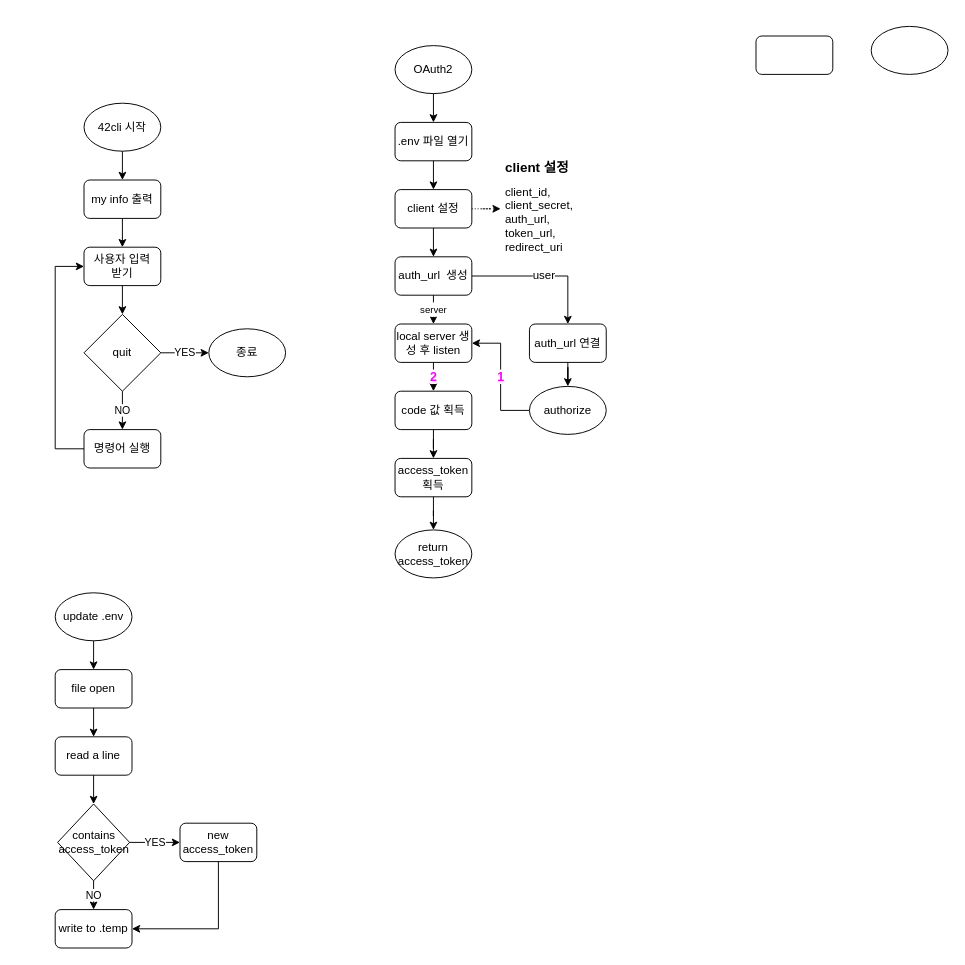
Earlier version of the draw.io diagram page "main" (1 of 3) of Untitled Diagram.drawio (42joonpark/icp). Source tidied: cells renumbered, new cells numbered last; positions are measured from the earlier drawing's top-left corner, leaving out a move shared by most shapes. Both pictures are drawn from the tidied source at 96%, with x=0, y=0 at pixel (55, 26).
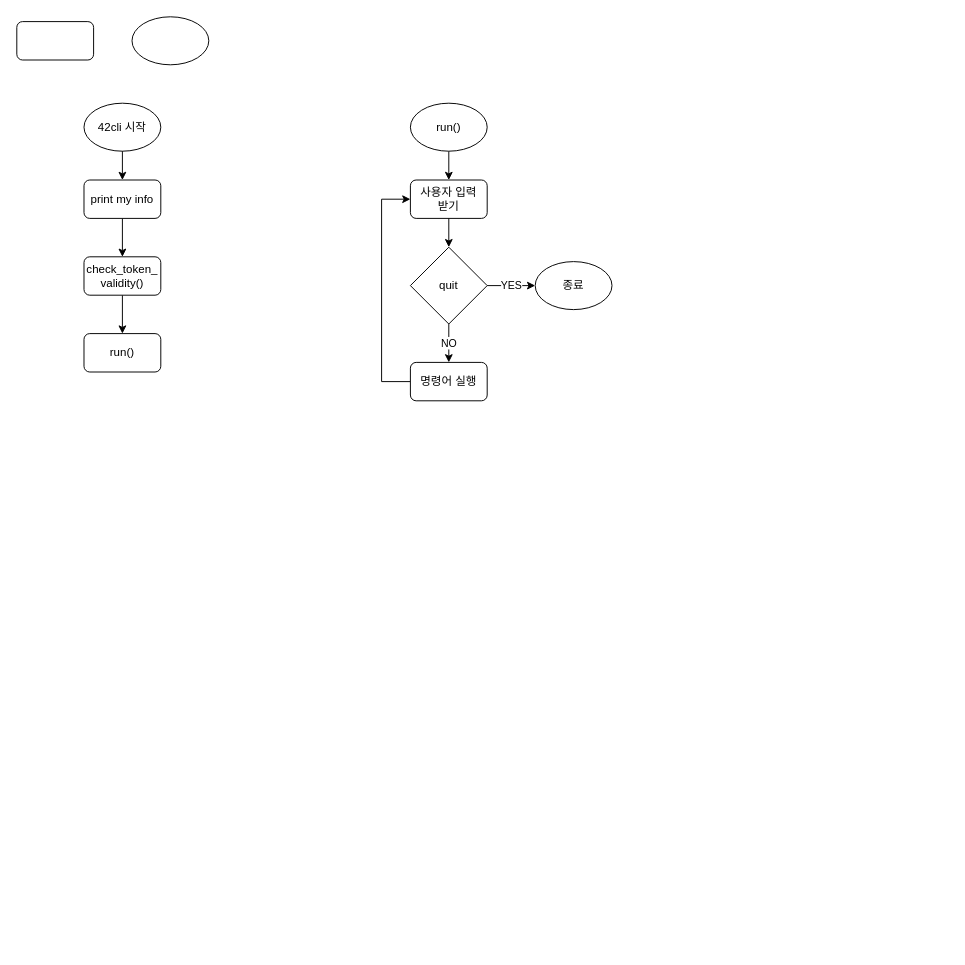
After the change.

Change to the diagram source:
```diff
@@
     <mxCell id="2" style="rounded=1;whiteSpace=wrap;html=1;" parent="1" vertex="1">
-      <mxGeometry x="730" y="10" width="80" height="40" as="geometry" />
+      <mxGeometry x="-40" y="-5" width="80" height="40" as="geometry" />
     </mxCell>
     <mxCell id="3" style="ellipse;whiteSpace=wrap;html=1;" parent="1" vertex="1">
-      <mxGeometry x="850" width="80" height="50" as="geometry" />
+      <mxGeometry x="80" y="-10" width="80" height="50" as="geometry" />
     </mxCell>
-    <mxCell id="4" style="group;" parent="1" vertex="1">
-      <mxGeometry y="80" width="240" height="380" as="geometry" />
-    </mxCell>
-    <mxCell id="5" value="42cli 시작" style="ellipse;whiteSpace=wrap;html=1;" parent="4" vertex="1">
-      <mxGeometry x="30" width="80" height="50" as="geometry" />
+    <mxCell id="5" value="42cli 시작" style="ellipse;whiteSpace=wrap;html=1;" parent="1" vertex="1">
+      <mxGeometry x="30" y="80" width="80" height="50" as="geometry" />
     </mxCell>
+    <mxCell id="53" style="edgeStyle=orthogonalEdgeStyle;rounded=0;jettySize=auto;html=1;exitX=0.5;exitY=1;exitDx=0;exitDy=0;fontSize=20;" parent="1" edge="1" source="6" target="56">
+      <mxGeometry relative="1" as="geometry" />
+    </mxCell>
-    <mxCell id="6" value="my info 출력" style="rounded=1;whiteSpace=wrap;html=1;" parent="4" vertex="1">
-      <mxGeometry x="30" y="80" width="80" height="40" as="geometry" />
+    <mxCell id="6" value="print my info" style="rounded=1;whiteSpace=wrap;html=1;" parent="1" vertex="1">
+      <mxGeometry x="30" y="160" width="80" height="40" as="geometry" />
     </mxCell>
-    <mxCell id="7" style="edgeStyle=orthogonalEdgeStyle;rounded=0;jettySize=auto;html=1;exitX=0.5;exitY=1;exitDx=0;exitDy=0;entryX=0.5;entryY=0;entryDx=0;entryDy=0;" parent="4" edge="1" source="5" target="6">
+    <mxCell id="7" style="edgeStyle=orthogonalEdgeStyle;rounded=0;jettySize=auto;html=1;exitX=0.5;exitY=1;exitDx=0;exitDy=0;entryX=0.5;entryY=0;entryDx=0;entryDy=0;" parent="1" edge="1" source="5" target="6">
       <mxGeometry relative="1" as="geometry" />
     </mxCell>
-    <mxCell id="8" value="사용자 입력 &lt;br&gt;받기" style="rounded=1;whiteSpace=wrap;html=1;" parent="4" vertex="1">
-      <mxGeometry x="30" y="150" width="80" height="40" as="geometry" />
+    <mxCell id="8" value="사용자 입력 &lt;br&gt;받기" style="rounded=1;whiteSpace=wrap;html=1;" parent="1" vertex="1">
+      <mxGeometry x="370" y="160" width="80" height="40" as="geometry" />
     </mxCell>
-    <mxCell id="9" style="edgeStyle=orthogonalEdgeStyle;rounded=0;jettySize=auto;html=1;exitX=0.5;exitY=1;exitDx=0;exitDy=0;entryX=0.5;entryY=0;entryDx=0;entryDy=0;" parent="4" edge="1" source="6" target="8">
-      <mxGeometry relative="1" as="geometry" />
-    </mxCell>
-    <mxCell id="10" value="quit" style="rhombus;whiteSpace=wrap;html=1;" parent="4" vertex="1">
-      <mxGeometry x="30" y="220" width="80" height="80" as="geometry" />
+    <mxCell id="10" value="quit" style="rhombus;whiteSpace=wrap;html=1;" parent="1" vertex="1">
+      <mxGeometry x="370" y="230" width="80" height="80" as="geometry" />
     </mxCell>
-    <mxCell id="11" style="edgeStyle=orthogonalEdgeStyle;rounded=0;jettySize=auto;html=1;exitX=0.5;exitY=1;exitDx=0;exitDy=0;entryX=0.5;entryY=0;entryDx=0;entryDy=0;" parent="4" edge="1" source="8" target="10">
+    <mxCell id="11" style="edgeStyle=orthogonalEdgeStyle;rounded=0;jettySize=auto;html=1;exitX=0.5;exitY=1;exitDx=0;exitDy=0;entryX=0.5;entryY=0;entryDx=0;entryDy=0;" parent="1" edge="1" source="8" target="10">
       <mxGeometry relative="1" as="geometry" />
     </mxCell>
-    <mxCell id="12" value="종료" style="ellipse;whiteSpace=wrap;html=1;" parent="4" vertex="1">
-      <mxGeometry x="160" y="235" width="80" height="50" as="geometry" />
+    <mxCell id="12" value="종료" style="ellipse;whiteSpace=wrap;html=1;" parent="1" vertex="1">
+      <mxGeometry x="500" y="245" width="80" height="50" as="geometry" />
     </mxCell>
-    <mxCell id="13" value="YES" style="edgeStyle=orthogonalEdgeStyle;rounded=0;jettySize=auto;html=1;exitX=1;exitY=0.5;exitDx=0;exitDy=0;entryX=0;entryY=0.5;entryDx=0;entryDy=0;" parent="4" edge="1" source="10" target="12">
+    <mxCell id="13" value="YES" style="edgeStyle=orthogonalEdgeStyle;rounded=0;jettySize=auto;html=1;exitX=1;exitY=0.5;exitDx=0;exitDy=0;entryX=0;entryY=0.5;entryDx=0;entryDy=0;" parent="1" edge="1" source="10" target="12">
       <mxGeometry relative="1" as="geometry" />
     </mxCell>
-    <mxCell id="14" style="edgeStyle=orthogonalEdgeStyle;rounded=0;jettySize=auto;html=1;exitX=0;exitY=0.5;exitDx=0;exitDy=0;entryX=0;entryY=0.5;entryDx=0;entryDy=0;" parent="4" edge="1" source="15" target="8">
+    <mxCell id="14" style="edgeStyle=orthogonalEdgeStyle;rounded=0;jettySize=auto;html=1;exitX=0;exitY=0.5;exitDx=0;exitDy=0;entryX=0;entryY=0.5;entryDx=0;entryDy=0;" parent="1" edge="1" source="15" target="8">
       <mxGeometry relative="1" as="geometry">
         <Array as="points">
-          <mxPoint y="360" />
-          <mxPoint y="170" />
+          <mxPoint x="340" y="370" />
+          <mxPoint x="340" y="180" />
         </Array>
       </mxGeometry>
     </mxCell>
-    <mxCell id="15" value="명령어 실행" style="rounded=1;whiteSpace=wrap;html=1;" parent="4" vertex="1">
-      <mxGeometry x="30" y="340" width="80" height="40" as="geometry" />
+    <mxCell id="15" value="명령어 실행" style="rounded=1;whiteSpace=wrap;html=1;" parent="1" vertex="1">
+      <mxGeometry x="370" y="350" width="80" height="40" as="geometry" />
     </mxCell>
-    <mxCell id="16" value="NO" style="edgeStyle=orthogonalEdgeStyle;rounded=0;jettySize=auto;html=1;exitX=0.5;exitY=1;exitDx=0;exitDy=0;" parent="4" edge="1" source="10" target="15">
+    <mxCell id="16" value="NO" style="edgeStyle=orthogonalEdgeStyle;rounded=0;jettySize=auto;html=1;exitX=0.5;exitY=1;exitDx=0;exitDy=0;" parent="1" edge="1" source="10" target="15">
       <mxGeometry relative="1" as="geometry" />
     </mxCell>
-    <mxCell id="17" style="group;" parent="1" vertex="1">
-      <mxGeometry y="590" width="210" height="370" as="geometry" />
-    </mxCell>
-    <mxCell id="18" value="update .env" style="ellipse;whiteSpace=wrap;html=1;" parent="17" vertex="1">
-      <mxGeometry width="80" height="50" as="geometry" />
-    </mxCell>
-    <mxCell id="19" value="file open" style="rounded=1;whiteSpace=wrap;html=1;" parent="17" vertex="1">
-      <mxGeometry y="80" width="80" height="40" as="geometry" />
-    </mxCell>
-    <mxCell id="20" style="edgeStyle=orthogonalEdgeStyle;rounded=0;jettySize=auto;html=1;exitX=0.5;exitY=1;exitDx=0;exitDy=0;entryX=0.5;entryY=0;entryDx=0;entryDy=0;" parent="17" edge="1" source="18" target="19">
-      <mxGeometry relative="1" as="geometry" />
-    </mxCell>
-    <mxCell id="21" value="read a line" style="rounded=1;whiteSpace=wrap;html=1;" parent="17" vertex="1">
-      <mxGeometry y="150" width="80" height="40" as="geometry" />
-    </mxCell>
-    <mxCell id="22" style="edgeStyle=orthogonalEdgeStyle;rounded=0;jettySize=auto;html=1;exitX=0.5;exitY=1;exitDx=0;exitDy=0;entryX=0.5;entryY=0;entryDx=0;entryDy=0;" parent="17" edge="1" source="19" target="21">
-      <mxGeometry relative="1" as="geometry" />
-    </mxCell>
-    <mxCell id="23" value="contains access_token" style="rhombus;whiteSpace=wrap;html=1;" parent="17" vertex="1">
-      <mxGeometry x="2.5" y="220" width="75" height="80" as="geometry" />
-    </mxCell>
-    <mxCell id="24" style="edgeStyle=orthogonalEdgeStyle;rounded=0;jettySize=auto;html=1;exitX=0.5;exitY=1;exitDx=0;exitDy=0;entryX=0.5;entryY=0;entryDx=0;entryDy=0;" parent="17" edge="1" source="21" target="23">
-      <mxGeometry relative="1" as="geometry" />
-    </mxCell>
-    <mxCell id="25" value="write to .temp" style="rounded=1;whiteSpace=wrap;html=1;" parent="17" vertex="1">
-      <mxGeometry y="330" width="80" height="40" as="geometry" />
-    </mxCell>
-    <mxCell id="26" value="NO" style="edgeStyle=orthogonalEdgeStyle;rounded=0;jettySize=auto;html=1;exitX=0.5;exitY=1;exitDx=0;exitDy=0;" parent="17" edge="1" source="23" target="25">
-      <mxGeometry relative="1" as="geometry" />
-    </mxCell>
-    <mxCell id="27" style="edgeStyle=orthogonalEdgeStyle;rounded=0;jettySize=auto;html=1;exitX=0.5;exitY=1;exitDx=0;exitDy=0;entryX=1;entryY=0.5;entryDx=0;entryDy=0;" parent="17" edge="1" source="28" target="25">
-      <mxGeometry relative="1" as="geometry" />
-    </mxCell>
-    <mxCell id="28" value="new access_token" style="rounded=1;whiteSpace=wrap;html=1;" parent="17" vertex="1">
-      <mxGeometry x="130" y="240" width="80" height="40" as="geometry" />
-    </mxCell>
-    <mxCell id="29" value="YES" style="edgeStyle=orthogonalEdgeStyle;rounded=0;jettySize=auto;html=1;exitX=1;exitY=0.5;exitDx=0;exitDy=0;" parent="17" edge="1" source="23" target="28">
-      <mxGeometry relative="1" as="geometry" />
-    </mxCell>
-    <mxCell id="30" style="group;" parent="1" vertex="1">
-      <mxGeometry x="354" y="20" width="220" height="554.5" as="geometry" />
-    </mxCell>
-    <mxCell id="31" value="OAuth2" style="ellipse;whiteSpace=wrap;html=1;" parent="30" vertex="1">
-      <mxGeometry width="80" height="50" as="geometry" />
-    </mxCell>
-    <mxCell id="32" value=".env 파일 열기" style="rounded=1;whiteSpace=wrap;html=1;" parent="30" vertex="1">
-      <mxGeometry y="80" width="80" height="40" as="geometry" />
-    </mxCell>
-    <mxCell id="33" style="edgeStyle=orthogonalEdgeStyle;rounded=0;jettySize=auto;html=1;exitX=0.5;exitY=1;exitDx=0;exitDy=0;entryX=0.5;entryY=0;entryDx=0;entryDy=0;" parent="30" edge="1" source="31" target="32">
-      <mxGeometry relative="1" as="geometry" />
-    </mxCell>
-    <mxCell id="34" value="client 설정" style="rounded=1;whiteSpace=wrap;html=1;" parent="30" vertex="1">
-      <mxGeometry y="150" width="80" height="40" as="geometry" />
-    </mxCell>
-    <mxCell id="35" style="edgeStyle=orthogonalEdgeStyle;rounded=0;jettySize=auto;html=1;exitX=0.5;exitY=1;exitDx=0;exitDy=0;entryX=0.5;entryY=0;entryDx=0;entryDy=0;" parent="30" edge="1" source="32" target="34">
-      <mxGeometry relative="1" as="geometry" />
-    </mxCell>
-    <mxCell id="36" value="&lt;h1 style=&quot;font-size: 14px&quot;&gt;&lt;font style=&quot;font-size: 14px&quot;&gt;client 설정&lt;/font&gt;&lt;/h1&gt;&lt;div&gt;&lt;font style=&quot;font-size: 12px&quot;&gt;client_id,&lt;/font&gt;&lt;/div&gt;&lt;div&gt;&lt;font style=&quot;font-size: 12px&quot;&gt;client_secret,&lt;/font&gt;&lt;/div&gt;&lt;div&gt;&lt;font style=&quot;font-size: 12px&quot;&gt;auth_url,&lt;/font&gt;&lt;/div&gt;&lt;div&gt;&lt;font style=&quot;font-size: 12px&quot;&gt;token_url,&lt;/font&gt;&lt;/div&gt;&lt;div&gt;&lt;font style=&quot;font-size: 12px&quot;&gt;redirect_uri&lt;/font&gt;&lt;/div&gt;" style="text;html=1;strokeColor=none;fillColor=none;spacing=5;spacingTop=-20;whiteSpace=wrap;overflow=hidden;rounded=0;" parent="30" vertex="1">
-      <mxGeometry x="110" y="120" width="90" height="100" as="geometry" />
-    </mxCell>
-    <mxCell id="37" style="edgeStyle=orthogonalEdgeStyle;rounded=0;jettySize=auto;html=1;fontSize=12;dashed=1;dashPattern=1 2;" parent="30" edge="1" source="34" target="36">
-      <mxGeometry relative="1" as="geometry" />
-    </mxCell>
-    <mxCell id="38" value="auth_url 연결" style="rounded=1;whiteSpace=wrap;html=1;" parent="30" vertex="1">
-      <mxGeometry x="140" y="290" width="80" height="40" as="geometry" />
-    </mxCell>
-    <mxCell id="39" value="access_token 획득" style="rounded=1;whiteSpace=wrap;html=1;" parent="30" vertex="1">
-      <mxGeometry y="430" width="80" height="40" as="geometry" />
-    </mxCell>
-    <mxCell id="40" value="user" style="edgeStyle=orthogonalEdgeStyle;rounded=0;jettySize=auto;html=1;exitX=1;exitY=0.5;exitDx=0;exitDy=0;entryX=0.5;entryY=0;entryDx=0;entryDy=0;fontSize=12;" parent="30" edge="1" source="41" target="38">
-      <mxGeometry relative="1" as="geometry" />
-    </mxCell>
-    <mxCell id="41" value="auth_url &amp;nbsp;생성" style="rounded=1;whiteSpace=wrap;html=1;" parent="30" vertex="1">
-      <mxGeometry y="220" width="80" height="40" as="geometry" />
-    </mxCell>
-    <mxCell id="42" style="edgeStyle=orthogonalEdgeStyle;rounded=0;jettySize=auto;html=1;exitX=0.5;exitY=1;exitDx=0;exitDy=0;entryX=0.5;entryY=0;entryDx=0;entryDy=0;fontSize=12;" parent="30" edge="1" source="34" target="41">
-      <mxGeometry relative="1" as="geometry" />
-    </mxCell>
-    <mxCell id="43" value="local server 생성 후 listen" style="rounded=1;whiteSpace=wrap;html=1;" parent="30" vertex="1">
-      <mxGeometry y="290" width="80" height="40" as="geometry" />
-    </mxCell>
-    <mxCell id="44" value="&lt;font size=&quot;1&quot;&gt;server&lt;/font&gt;" style="edgeStyle=orthogonalEdgeStyle;rounded=0;jettySize=auto;html=1;exitX=0.5;exitY=1;exitDx=0;exitDy=0;entryX=0.5;entryY=0;entryDx=0;entryDy=0;fontSize=12;" parent="30" edge="1" source="41" target="43">
-      <mxGeometry relative="1" as="geometry" />
-    </mxCell>
-    <mxCell id="45" style="edgeStyle=orthogonalEdgeStyle;rounded=0;jettySize=auto;html=1;fontSize=11;" parent="30" edge="1" source="46" target="39">
-      <mxGeometry relative="1" as="geometry" />
-    </mxCell>
-    <mxCell id="46" value="code 값 획득" style="rounded=1;whiteSpace=wrap;html=1;" parent="30" vertex="1">
-      <mxGeometry y="360" width="80" height="40" as="geometry" />
-    </mxCell>
-    <mxCell id="47" value="&lt;b&gt;&lt;font color=&quot;#ff00ff&quot; style=&quot;font-size: 13px&quot;&gt;2&lt;/font&gt;&lt;/b&gt;" style="edgeStyle=orthogonalEdgeStyle;rounded=0;jettySize=auto;html=1;fontSize=11;" parent="30" edge="1" source="43" target="46">
-      <mxGeometry relative="1" as="geometry" />
-    </mxCell>
-    <mxCell id="48" value="&lt;b&gt;&lt;font color=&quot;#ff00ff&quot; style=&quot;font-size: 13px&quot;&gt;1&lt;/font&gt;&lt;/b&gt;" style="edgeStyle=orthogonalEdgeStyle;rounded=0;jettySize=auto;html=1;entryX=1;entryY=0.5;entryDx=0;entryDy=0;fontSize=11;" parent="30" edge="1" source="49" target="43">
-      <mxGeometry relative="1" as="geometry" />
-    </mxCell>
-    <mxCell id="49" value="authorize" style="ellipse;whiteSpace=wrap;html=1;" parent="30" vertex="1">
-      <mxGeometry x="140" y="355" width="80" height="50" as="geometry" />
-    </mxCell>
-    <mxCell id="50" style="edgeStyle=orthogonalEdgeStyle;rounded=0;jettySize=auto;html=1;fontSize=11;" parent="30" edge="1" source="38" target="49">
-      <mxGeometry relative="1" as="geometry" />
-    </mxCell>
-    <mxCell id="51" value="return access_token" style="ellipse;whiteSpace=wrap;html=1;" parent="30" vertex="1">
-      <mxGeometry y="504.5" width="80" height="50" as="geometry" />
-    </mxCell>
-    <mxCell id="52" style="edgeStyle=orthogonalEdgeStyle;rounded=0;jettySize=auto;html=1;fontSize=13;fontColor=#FF00FF;" parent="30" edge="1" source="39" target="51">
-      <mxGeometry relative="1" as="geometry" />
-    </mxCell>
+    <mxCell id="54" value="run()" style="rounded=1;whiteSpace=wrap;html=1;" parent="1" vertex="1">
+      <mxGeometry x="30" y="320" width="80" height="40" as="geometry" />
+    </mxCell>
+    <mxCell id="55" style="edgeStyle=orthogonalEdgeStyle;rounded=0;jettySize=auto;html=1;exitX=0.5;exitY=1;exitDx=0;exitDy=0;entryX=0.5;entryY=0;entryDx=0;entryDy=0;fontSize=20;" parent="1" edge="1" source="56" target="54">
+      <mxGeometry relative="1" as="geometry" />
+    </mxCell>
+    <mxCell id="56" value="check_token_&lt;br&gt;validity()" style="rounded=1;whiteSpace=wrap;html=1;" parent="1" vertex="1">
+      <mxGeometry x="30" y="240" width="80" height="40" as="geometry" />
+    </mxCell>
+    <mxCell id="57" style="edgeStyle=orthogonalEdgeStyle;rounded=0;jettySize=auto;html=1;exitX=0.5;exitY=1;exitDx=0;exitDy=0;entryX=0.5;entryY=0;entryDx=0;entryDy=0;fontSize=12;" parent="1" edge="1" source="58" target="8">
+      <mxGeometry relative="1" as="geometry" />
+    </mxCell>
+    <mxCell id="58" value="run()" style="ellipse;whiteSpace=wrap;html=1;" parent="1" vertex="1">
+      <mxGeometry x="370" y="80" width="80" height="50" as="geometry" />
+    </mxCell>
```
